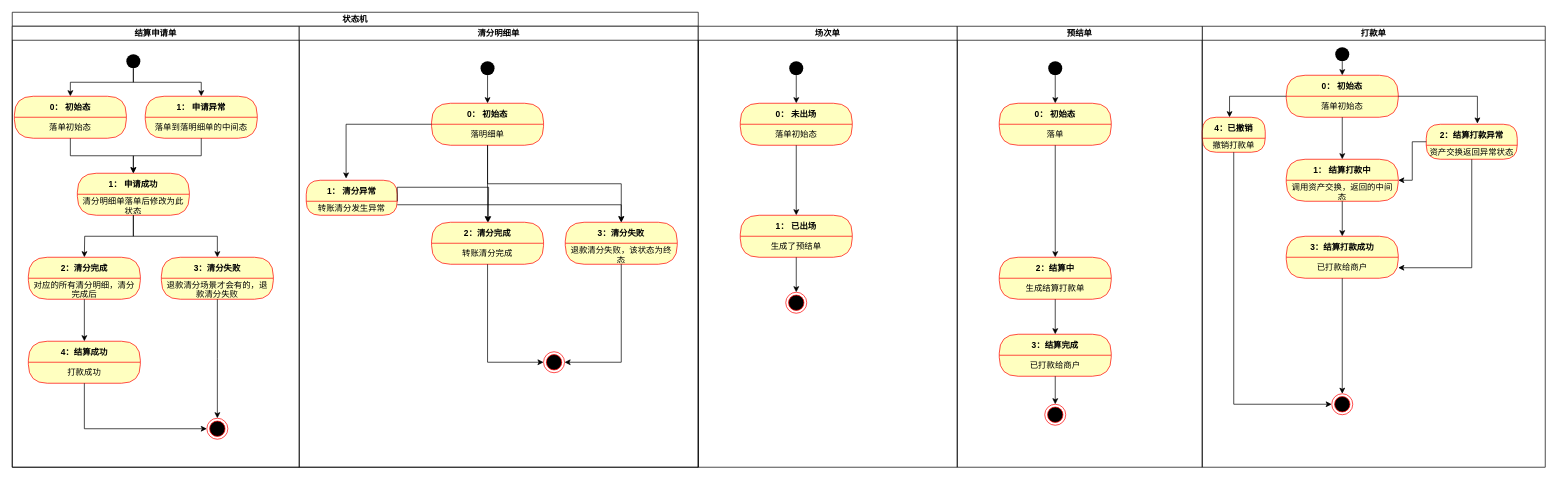
DominicElvira/Diagrams keeps this draw.io diagram as merchant-settle/状态机.drawio. Above is the earlier version. Source tidied: cells renumbered, new cells numbered last; positions are measured from the earlier drawing's top-left corner, leaving out a move shared by most shapes. Both pictures are drawn from the tidied source at 70%, with x=0, y=0 at pixel (12, 12).
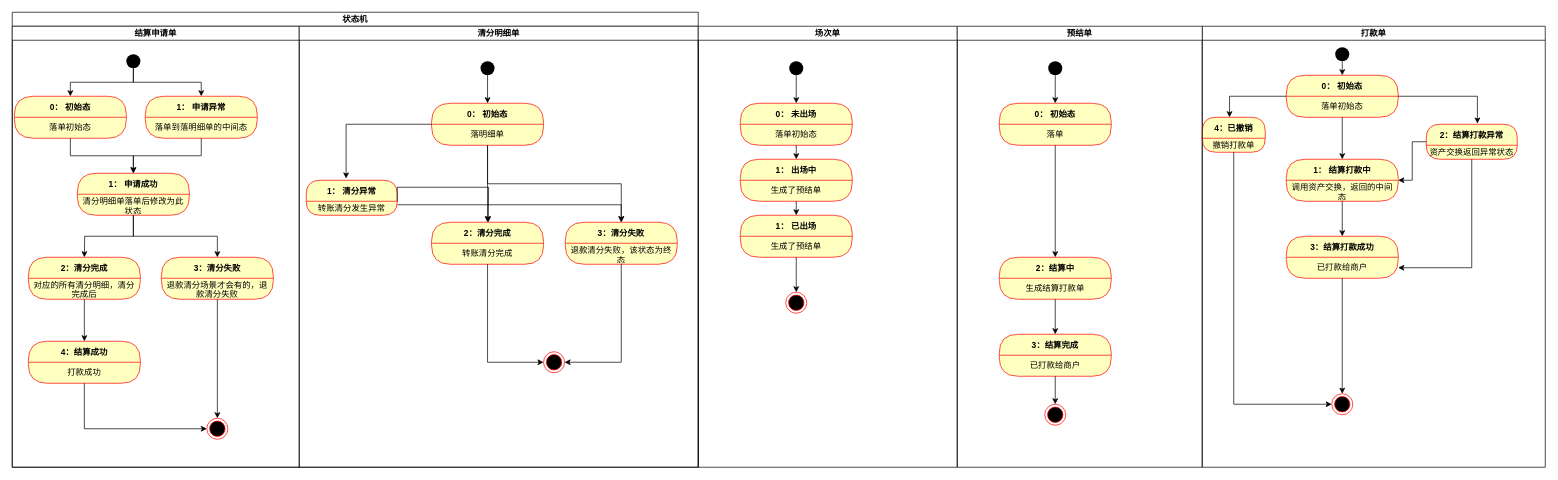
After the change.

Unchanged cells that the change refers to:
```xml
<mxCell id="43" value="场次单" style="swimlane;startSize=20;" parent="1" vertex="1">
  <mxGeometry x="980" y="20" width="370" height="630" as="geometry" />
</mxCell>
<mxCell id="47" value="1： 已出场" style="swimlane;fontStyle=1;align=center;verticalAlign=middle;horizontal=1;startSize=30;fontColor=#000000;rounded=1;arcSize=30;strokeColor=#ff0000;fillColor=#ffffc0;swimlaneFillColor=#ffffc0;" parent="43" vertex="1">
  <mxGeometry x="60" y="270" width="160" height="60" as="geometry" />
</mxCell>
<mxCell id="50" value="落单初始态" style="text;html=1;strokeColor=none;fillColor=none;align=center;verticalAlign=middle;spacingLeft=4;spacingRight=4;whiteSpace=wrap;overflow=hidden;fontColor=#000000;" parent="43" vertex="1">
  <mxGeometry x="60" y="140" width="160" height="30" as="geometry" />
</mxCell>
```

Diff of the diagram source:
```diff
@@
-    <mxCell id="49" style="edgeStyle=orthogonalEdgeStyle;rounded=0;jettySize=auto;html=1;exitX=0.5;exitY=1;exitDx=0;exitDy=0;entryX=0.5;entryY=0;entryDx=0;entryDy=0;" parent="43" edge="1" source="50" target="47">
-      <mxGeometry relative="1" as="geometry" />
-    </mxCell>
+    <mxCell id="91" style="edgeStyle=orthogonalEdgeStyle;rounded=0;jettySize=auto;html=1;exitX=0.5;exitY=1;exitDx=0;exitDy=0;entryX=0.5;entryY=0;entryDx=0;entryDy=0;" parent="43" edge="1" source="50" target="92">
+      <mxGeometry relative="1" as="geometry" />
+    </mxCell>
@@
+    <mxCell id="92" value="1： 出场中" style="swimlane;fontStyle=1;align=center;verticalAlign=middle;horizontal=1;startSize=30;fontColor=#000000;rounded=1;arcSize=30;strokeColor=#ff0000;fillColor=#ffffc0;swimlaneFillColor=#ffffc0;" parent="43" vertex="1">
+      <mxGeometry x="60" y="190" width="160" height="60" as="geometry" />
+    </mxCell>
+    <mxCell id="93" value="生成了预结单" style="text;html=1;strokeColor=none;fillColor=none;align=center;verticalAlign=middle;spacingLeft=4;spacingRight=4;whiteSpace=wrap;overflow=hidden;fontColor=#000000;" parent="92" vertex="1">
+      <mxGeometry y="30" width="160" height="30" as="geometry" />
+    </mxCell>
+    <mxCell id="94" style="edgeStyle=orthogonalEdgeStyle;rounded=0;jettySize=auto;html=1;exitX=0.5;exitY=1;exitDx=0;exitDy=0;entryX=0.5;entryY=0;entryDx=0;entryDy=0;" parent="43" edge="1" source="93" target="47">
+      <mxGeometry relative="1" as="geometry" />
+    </mxCell>
```
